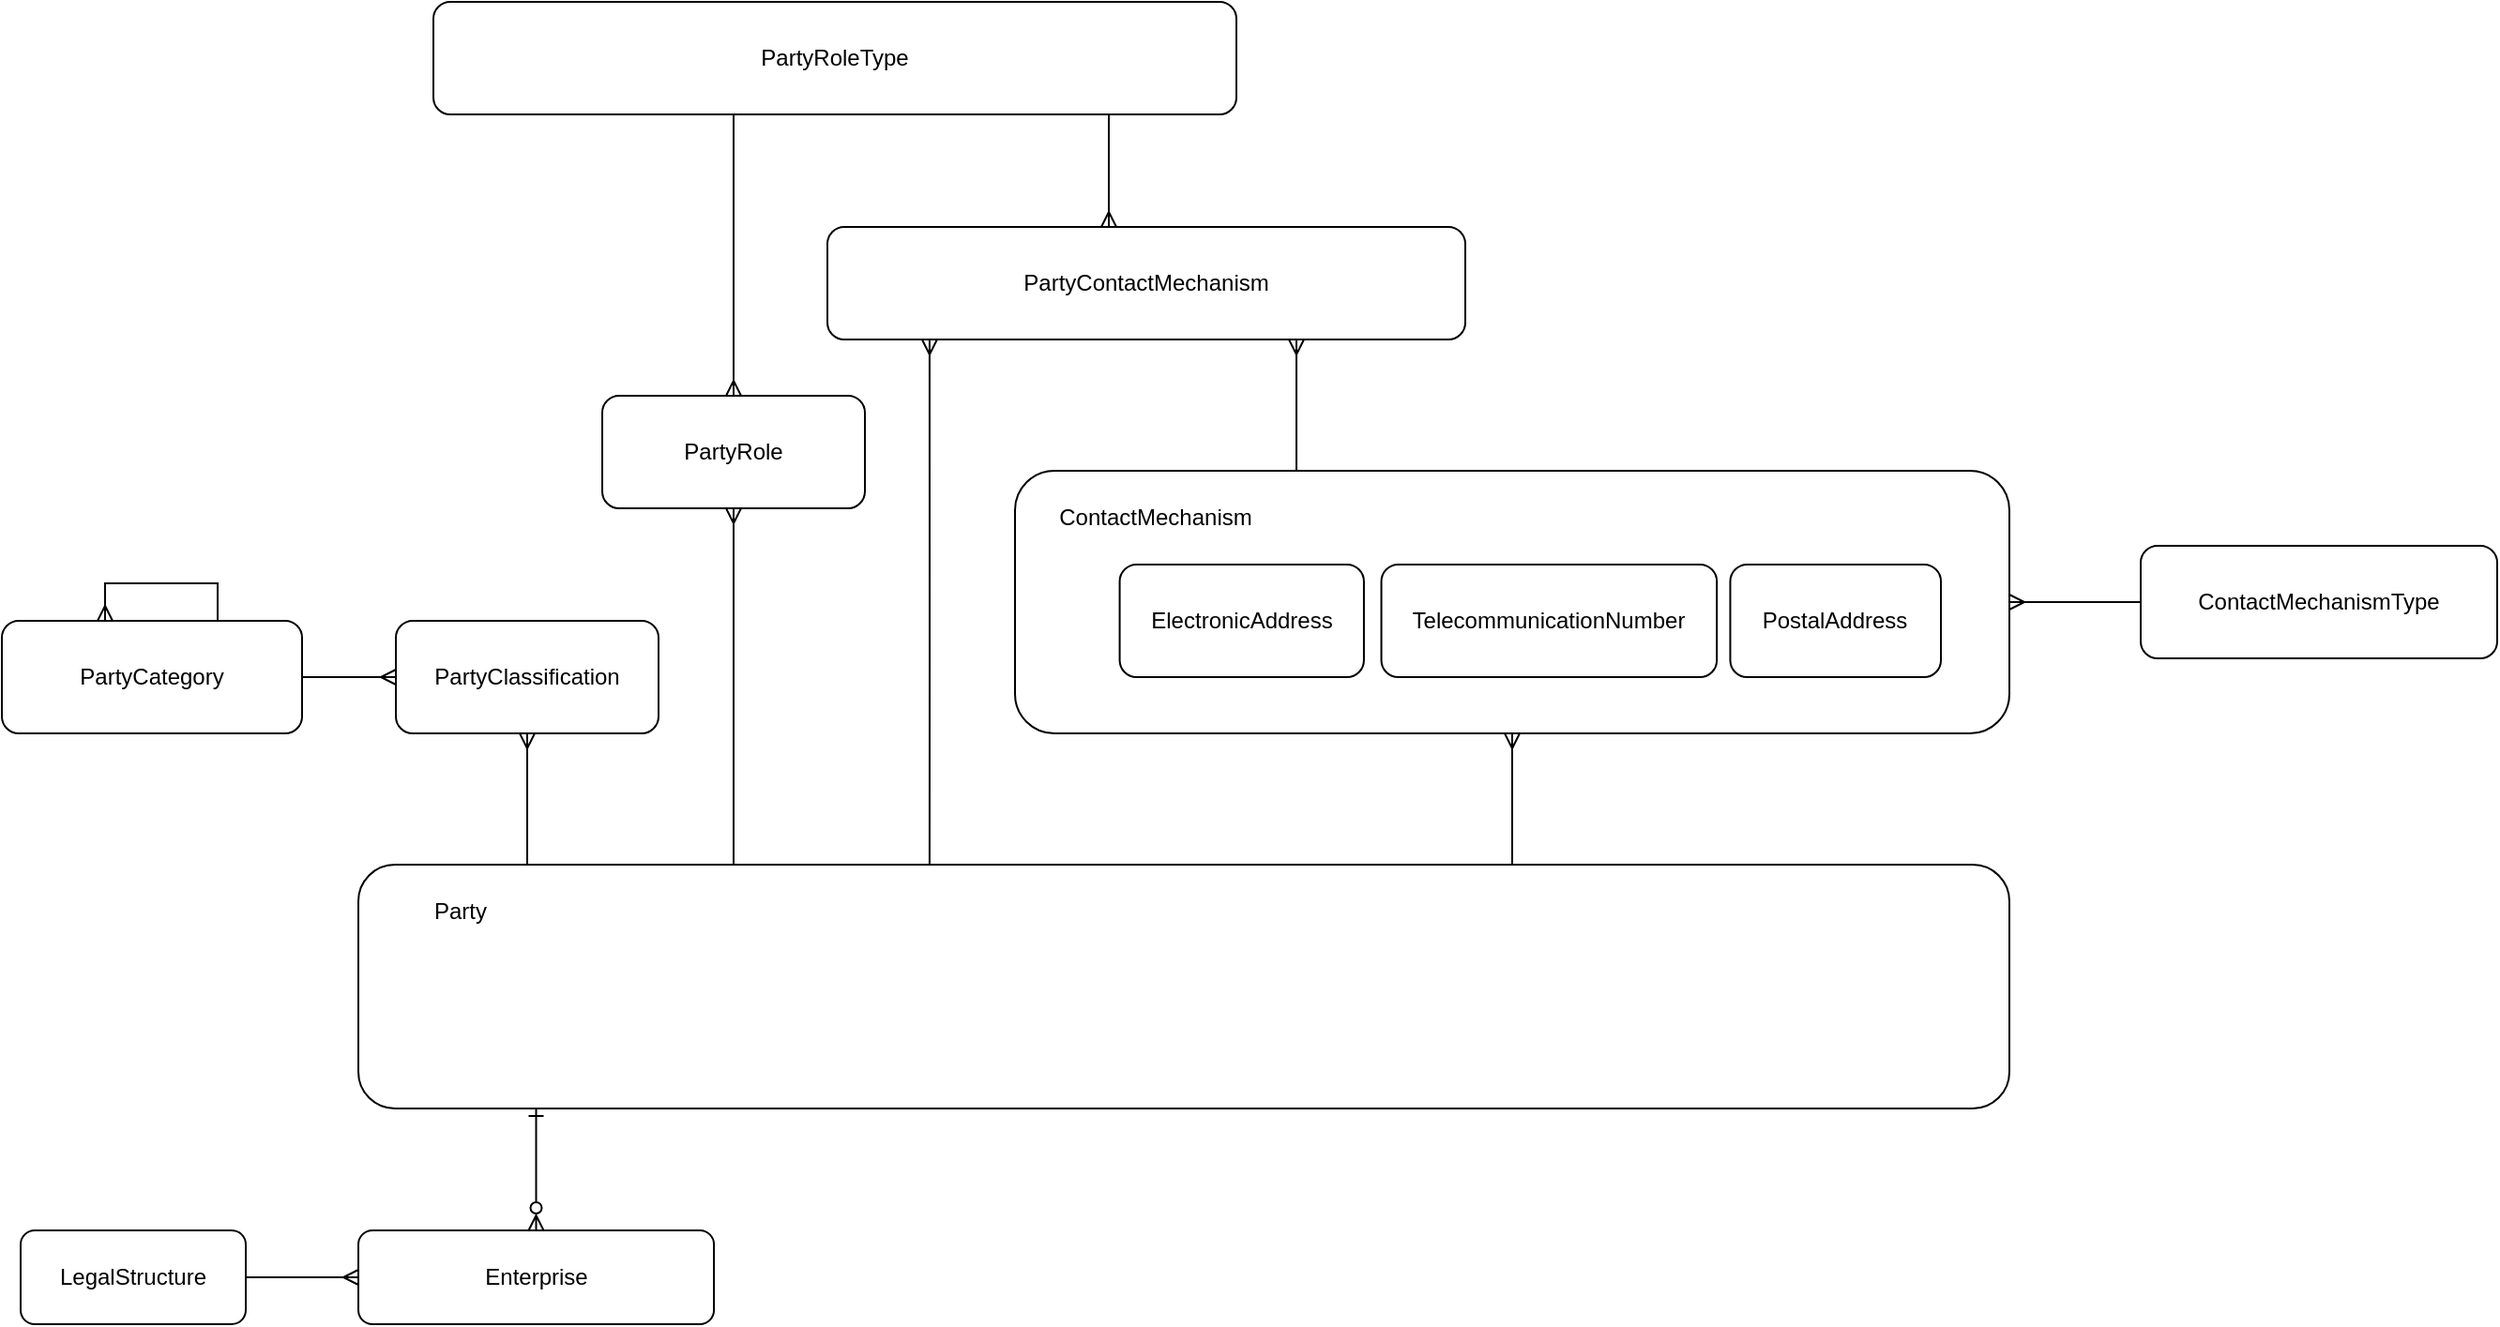
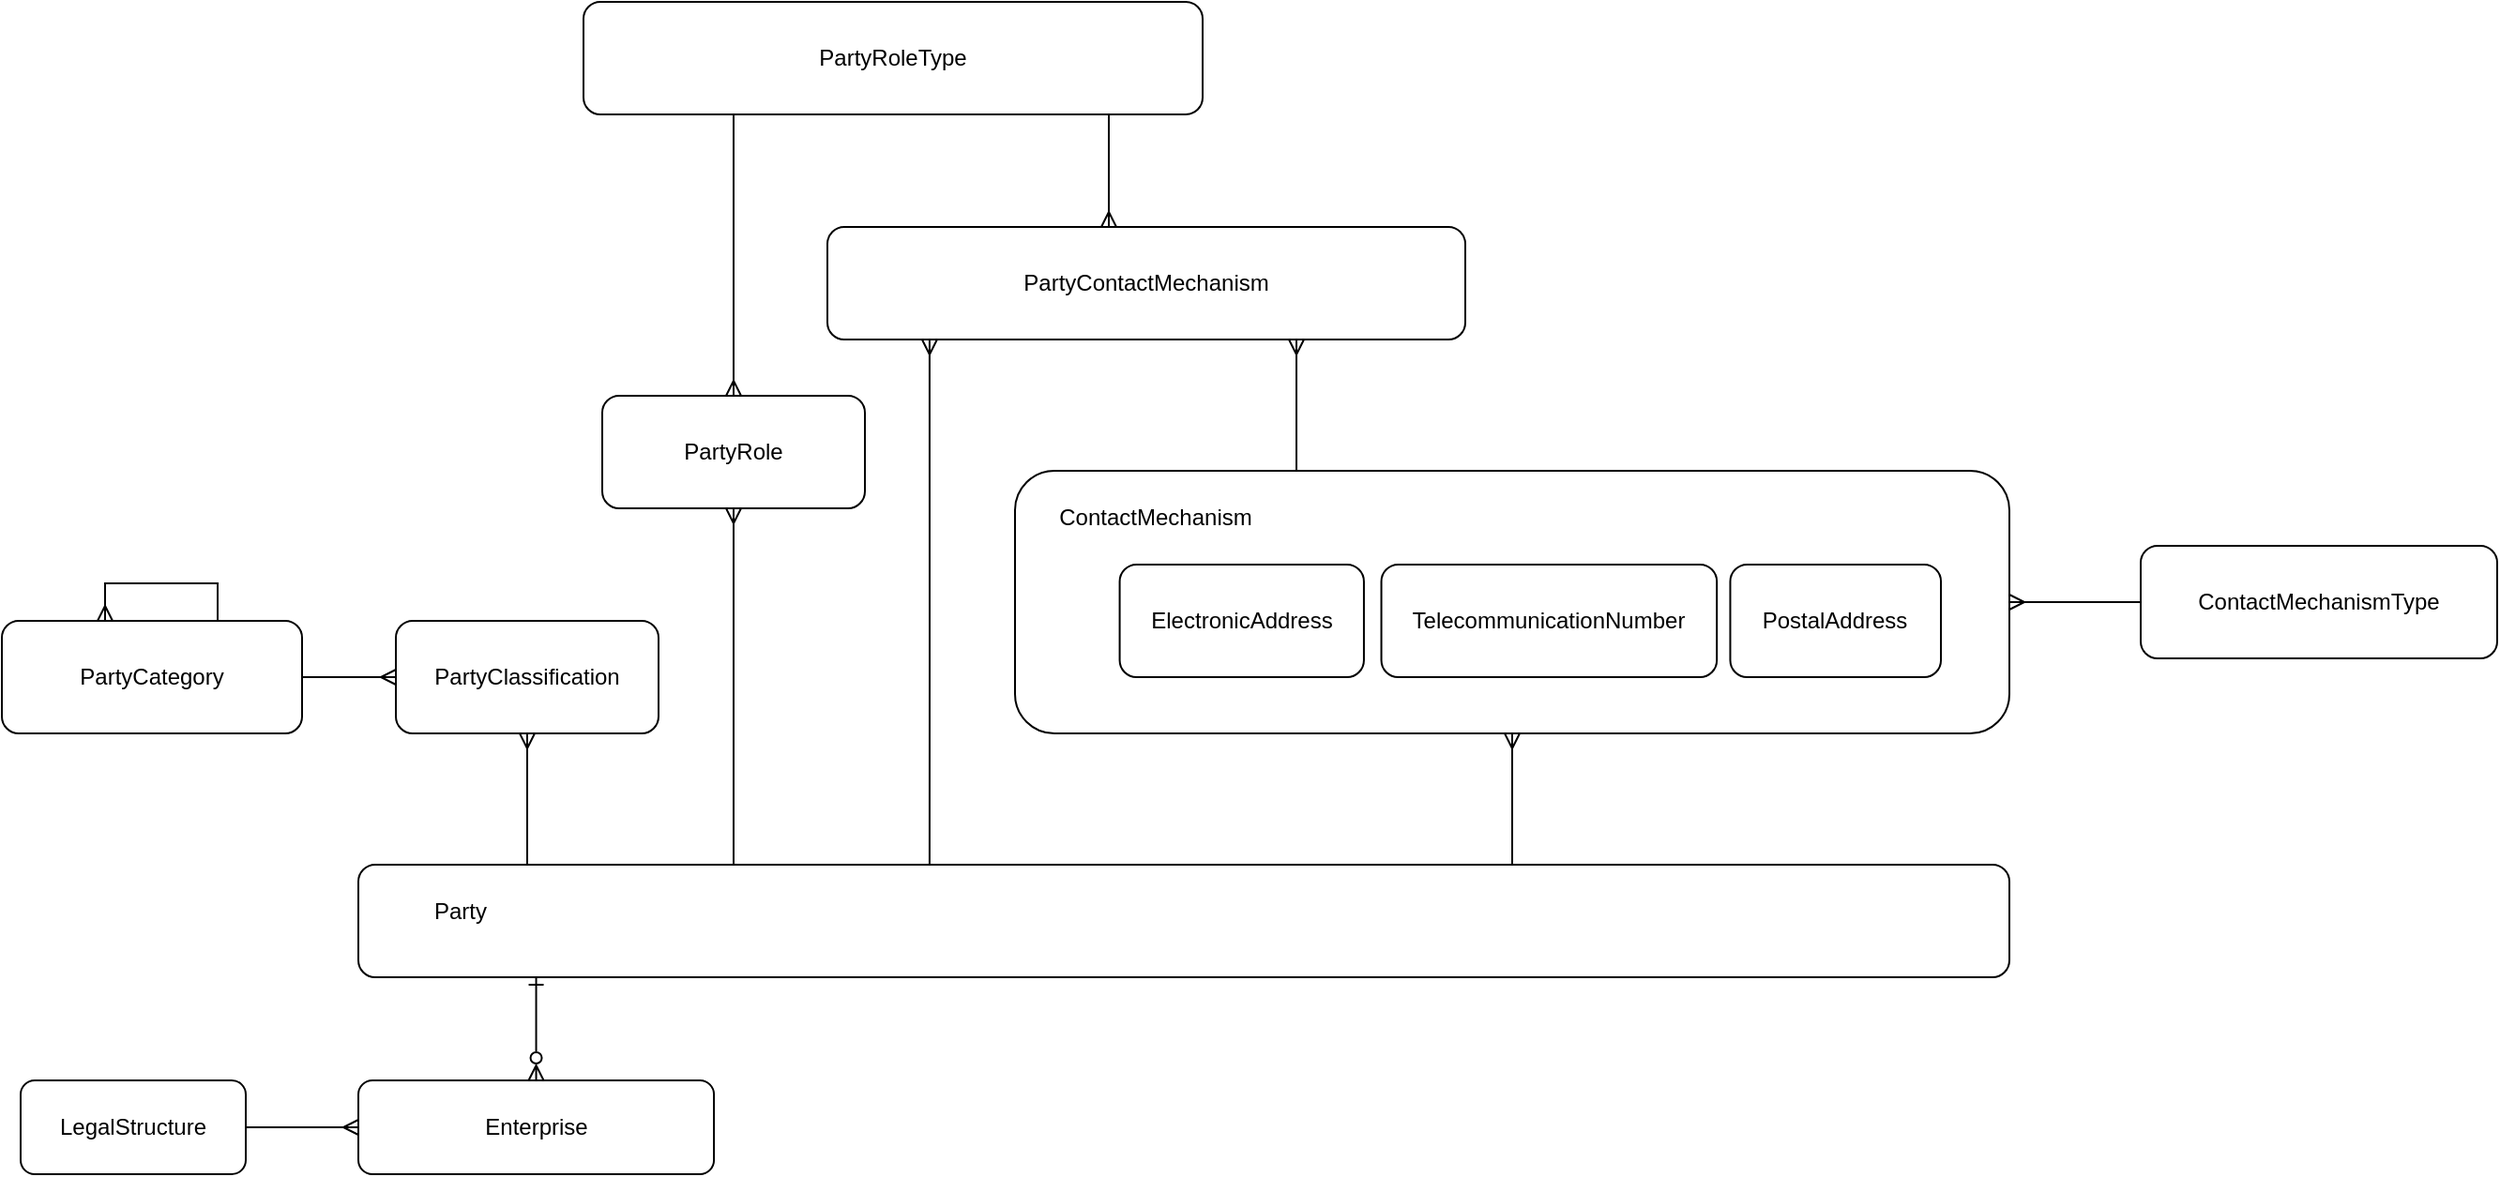
<mxfile host="app.diagrams.net" agent="Mozilla/5.0 (Windows NT 10.0; Win64; x64) AppleWebKit/537.36 (KHTML, like Gecko) Chrome/141.0.0.0 Safari/537.36" version="28.2.9">
  <diagram name="Page-1" id="d0nJ6Fx9cUZLMqGtfM0H">
-     <mxGraphModel dx="1718" dy="1618" grid="1" gridSize="10" guides="1" tooltips="1" connect="1" arrows="1" fold="1" page="1" pageScale="1" pageWidth="850" pageHeight="1100" math="0" shadow="0">
+     <mxGraphModel dx="2076" dy="1832" grid="1" gridSize="10" guides="1" tooltips="1" connect="1" arrows="1" fold="1" page="1" pageScale="1" pageWidth="850" pageHeight="1100" math="0" shadow="0">
      <root>
        <mxCell id="0" />
        <mxCell id="1" parent="0" />
        <mxCell id="tdPrWEJd15tEannaNgth-4" style="edgeStyle=orthogonalEdgeStyle;rounded=0;orthogonalLoop=1;jettySize=auto;html=1;startArrow=ERmany;startFill=0;endArrow=none;endFill=0;" edge="1" parent="1" source="tdPrWEJd15tEannaNgth-2" target="tdPrWEJd15tEannaNgth-3">
          <mxGeometry relative="1" as="geometry" />
        </mxCell>
        <mxCell id="tdPrWEJd15tEannaNgth-3" value="ContactMechanismType" style="rounded=1;whiteSpace=wrap;html=1;" vertex="1" parent="1">
          <mxGeometry x="600" y="240" width="190" height="60" as="geometry" />
        </mxCell>
        <mxCell id="tdPrWEJd15tEannaNgth-13" value="PartyRoleType" style="rounded=1;whiteSpace=wrap;html=1;" vertex="1" parent="1">
-           <mxGeometry x="-310" y="-50" width="428" height="60" as="geometry" />
+           <mxGeometry x="-230" y="-50" width="330" height="60" as="geometry" />
        </mxCell>
        <mxCell id="tdPrWEJd15tEannaNgth-14" style="edgeStyle=orthogonalEdgeStyle;rounded=0;orthogonalLoop=1;jettySize=auto;html=1;startArrow=ERmany;startFill=0;endArrow=none;endFill=0;" edge="1" parent="1" source="tdPrWEJd15tEannaNgth-15" target="tdPrWEJd15tEannaNgth-13">
          <mxGeometry relative="1" as="geometry">
            <mxPoint x="730" y="420" as="sourcePoint" />
            <mxPoint x="730" y="340" as="targetPoint" />
            <Array as="points">
              <mxPoint x="50" y="20" />
              <mxPoint x="50" y="20" />
            </Array>
          </mxGeometry>
        </mxCell>
        <mxCell id="tdPrWEJd15tEannaNgth-15" value="PartyContactMechanism" style="rounded=1;whiteSpace=wrap;html=1;" vertex="1" parent="1">
          <mxGeometry x="-100" y="70" width="340" height="60" as="geometry" />
        </mxCell>
        <mxCell id="tdPrWEJd15tEannaNgth-18" style="edgeStyle=orthogonalEdgeStyle;rounded=0;orthogonalLoop=1;jettySize=auto;html=1;startArrow=ERmany;startFill=0;endArrow=none;endFill=0;" edge="1" parent="1">
          <mxGeometry relative="1" as="geometry">
            <mxPoint x="-45.54117647058829" y="130" as="sourcePoint" />
            <mxPoint x="-45.54117647058829" y="410" as="targetPoint" />
            <Array as="points">
              <mxPoint x="-45.6" y="300" />
              <mxPoint x="-45.6" y="300" />
            </Array>
          </mxGeometry>
        </mxCell>
        <mxCell id="tdPrWEJd15tEannaNgth-19" value="" style="group" vertex="1" connectable="0" parent="1">
          <mxGeometry y="200" width="530" height="140" as="geometry" />
        </mxCell>
        <mxCell id="tdPrWEJd15tEannaNgth-2" value="" style="rounded=1;whiteSpace=wrap;html=1;" vertex="1" parent="tdPrWEJd15tEannaNgth-19">
          <mxGeometry width="530" height="140" as="geometry" />
        </mxCell>
        <mxCell id="tdPrWEJd15tEannaNgth-5" value="ElectronicAddress" style="rounded=1;whiteSpace=wrap;html=1;" vertex="1" parent="tdPrWEJd15tEannaNgth-19">
          <mxGeometry x="55.78947368421052" y="50" width="130.17543859649123" height="60" as="geometry" />
        </mxCell>
        <mxCell id="tdPrWEJd15tEannaNgth-6" value="TelecommunicationNumber" style="rounded=1;whiteSpace=wrap;html=1;" vertex="1" parent="tdPrWEJd15tEannaNgth-19">
          <mxGeometry x="195.26315789473682" y="50" width="178.81456140350878" height="60" as="geometry" />
        </mxCell>
        <mxCell id="tdPrWEJd15tEannaNgth-7" value="ContactMechanism" style="text;html=1;whiteSpace=wrap;strokeColor=none;fillColor=none;align=center;verticalAlign=middle;rounded=0;" vertex="1" parent="tdPrWEJd15tEannaNgth-19">
          <mxGeometry x="27.896882591093107" y="10" width="94.41295546558705" height="30" as="geometry" />
        </mxCell>
        <mxCell id="tdPrWEJd15tEannaNgth-8" value="PostalAddress" style="rounded=1;whiteSpace=wrap;html=1;" vertex="1" parent="tdPrWEJd15tEannaNgth-19">
          <mxGeometry x="381.2280701754386" y="50" width="112.29491228070175" height="60" as="geometry" />
        </mxCell>
        <mxCell id="tdPrWEJd15tEannaNgth-20" style="edgeStyle=orthogonalEdgeStyle;rounded=0;orthogonalLoop=1;jettySize=auto;html=1;startArrow=ERmany;startFill=0;endArrow=none;endFill=0;" edge="1" parent="1" source="tdPrWEJd15tEannaNgth-15" target="tdPrWEJd15tEannaNgth-2">
          <mxGeometry relative="1" as="geometry">
            <mxPoint x="370" y="120" as="sourcePoint" />
            <mxPoint x="370" y="430" as="targetPoint" />
            <Array as="points">
              <mxPoint x="150" y="160" />
              <mxPoint x="150" y="160" />
            </Array>
          </mxGeometry>
        </mxCell>
        <mxCell id="tdPrWEJd15tEannaNgth-21" style="edgeStyle=orthogonalEdgeStyle;rounded=0;orthogonalLoop=1;jettySize=auto;html=1;startArrow=ERmany;startFill=0;endArrow=none;endFill=0;" edge="1" parent="1" source="tdPrWEJd15tEannaNgth-2" target="tdPrWEJd15tEannaNgth-1">
          <mxGeometry relative="1" as="geometry">
            <mxPoint x="240" y="400" as="sourcePoint" />
            <mxPoint x="240" y="470" as="targetPoint" />
            <Array as="points">
              <mxPoint x="305" y="420" />
              <mxPoint x="305" y="420" />
            </Array>
          </mxGeometry>
        </mxCell>
        <mxCell id="tdPrWEJd15tEannaNgth-22" value="LegalStructure" style="rounded=1;whiteSpace=wrap;html=1;" vertex="1" parent="1">
-           <mxGeometry x="-530" y="605" width="120" height="50" as="geometry" />
+           <mxGeometry x="-530" y="525" width="120" height="50" as="geometry" />
        </mxCell>
        <mxCell id="tdPrWEJd15tEannaNgth-27" value="PartyClassification" style="rounded=1;whiteSpace=wrap;html=1;" vertex="1" parent="1">
          <mxGeometry x="-330" y="280" width="140" height="60" as="geometry" />
        </mxCell>
        <mxCell id="tdPrWEJd15tEannaNgth-28" value="PartyCategory" style="rounded=1;whiteSpace=wrap;html=1;" vertex="1" parent="1">
          <mxGeometry x="-540" y="280" width="160" height="60" as="geometry" />
        </mxCell>
        <mxCell id="tdPrWEJd15tEannaNgth-31" style="edgeStyle=orthogonalEdgeStyle;rounded=0;orthogonalLoop=1;jettySize=auto;html=1;startArrow=ERmany;startFill=0;endArrow=none;endFill=0;" edge="1" parent="1" source="tdPrWEJd15tEannaNgth-27" target="tdPrWEJd15tEannaNgth-1">
          <mxGeometry relative="1" as="geometry">
            <mxPoint x="-260" y="180" as="sourcePoint" />
            <mxPoint x="-260" y="250" as="targetPoint" />
            <Array as="points">
              <mxPoint x="-260" y="370" />
              <mxPoint x="-260" y="370" />
            </Array>
          </mxGeometry>
        </mxCell>
        <mxCell id="tdPrWEJd15tEannaNgth-32" style="edgeStyle=orthogonalEdgeStyle;rounded=0;orthogonalLoop=1;jettySize=auto;html=1;startArrow=ERmany;startFill=0;endArrow=none;endFill=0;" edge="1" parent="1" source="tdPrWEJd15tEannaNgth-27" target="tdPrWEJd15tEannaNgth-28">
          <mxGeometry relative="1" as="geometry">
            <mxPoint x="-230" y="200" as="sourcePoint" />
            <mxPoint x="-230" y="270" as="targetPoint" />
            <Array as="points" />
          </mxGeometry>
        </mxCell>
        <mxCell id="tdPrWEJd15tEannaNgth-33" style="edgeStyle=orthogonalEdgeStyle;rounded=0;orthogonalLoop=1;jettySize=auto;html=1;startArrow=ERmany;startFill=0;endArrow=none;endFill=0;" edge="1" parent="1">
          <mxGeometry relative="1" as="geometry">
            <mxPoint x="-485" y="280" as="sourcePoint" />
            <mxPoint x="-425" y="280" as="targetPoint" />
            <Array as="points">
              <mxPoint x="-485" y="260" />
              <mxPoint x="-425" y="260" />
            </Array>
          </mxGeometry>
        </mxCell>
        <mxCell id="tdPrWEJd15tEannaNgth-34" style="edgeStyle=orthogonalEdgeStyle;rounded=0;orthogonalLoop=1;jettySize=auto;html=1;startArrow=ERmany;startFill=0;endArrow=none;endFill=0;" edge="1" parent="1" source="tdPrWEJd15tEannaNgth-17" target="tdPrWEJd15tEannaNgth-22">
          <mxGeometry relative="1" as="geometry">
-             <mxPoint x="10" y="1035" as="sourcePoint" />
-             <mxPoint x="10" y="1105" as="targetPoint" />
+             <mxPoint x="10" y="955" as="sourcePoint" />
+             <mxPoint x="10" y="1025" as="targetPoint" />
            <Array as="points">
-               <mxPoint x="-380" y="630" />
-               <mxPoint x="-380" y="630" />
+               <mxPoint x="-380" y="550" />
+               <mxPoint x="-380" y="550" />
            </Array>
          </mxGeometry>
        </mxCell>
        <mxCell id="tdPrWEJd15tEannaNgth-35" value="PartyRole" style="rounded=1;whiteSpace=wrap;html=1;" vertex="1" parent="1">
          <mxGeometry x="-220" y="160" width="140" height="60" as="geometry" />
        </mxCell>
        <mxCell id="tdPrWEJd15tEannaNgth-37" style="edgeStyle=orthogonalEdgeStyle;rounded=0;orthogonalLoop=1;jettySize=auto;html=1;startArrow=ERmany;startFill=0;endArrow=none;endFill=0;" edge="1" parent="1" source="tdPrWEJd15tEannaNgth-35" target="tdPrWEJd15tEannaNgth-1">
          <mxGeometry relative="1" as="geometry">
            <mxPoint x="-130" y="350" as="sourcePoint" />
            <mxPoint x="-130" y="420" as="targetPoint" />
            <Array as="points">
              <mxPoint x="-150" y="260" />
              <mxPoint x="-150" y="260" />
            </Array>
          </mxGeometry>
        </mxCell>
        <mxCell id="tdPrWEJd15tEannaNgth-38" style="edgeStyle=orthogonalEdgeStyle;rounded=0;orthogonalLoop=1;jettySize=auto;html=1;startArrow=ERmany;startFill=0;endArrow=none;endFill=0;" edge="1" parent="1">
          <mxGeometry relative="1" as="geometry">
            <mxPoint x="-150" y="160" as="sourcePoint" />
            <mxPoint x="-150" y="10" as="targetPoint" />
            <Array as="points">
              <mxPoint x="-150" y="40" />
              <mxPoint x="-150" y="40" />
            </Array>
          </mxGeometry>
        </mxCell>
        <mxCell id="tdPrWEJd15tEannaNgth-1" value="" style="rounded=1;whiteSpace=wrap;html=1;" vertex="1" parent="1">
-           <mxGeometry x="-350" y="410" width="880.0000000000001" height="130" as="geometry" />
+           <mxGeometry x="-350" y="410" width="880" height="60" as="geometry" />
        </mxCell>
        <mxCell id="tdPrWEJd15tEannaNgth-9" value="Party" style="text;html=1;whiteSpace=wrap;strokeColor=none;fillColor=none;align=center;verticalAlign=middle;rounded=0;" vertex="1" parent="1">
          <mxGeometry x="-336.46153846153845" y="420" width="81.23076923076923" height="30" as="geometry" />
        </mxCell>
        <mxCell id="tdPrWEJd15tEannaNgth-39" style="edgeStyle=orthogonalEdgeStyle;rounded=0;orthogonalLoop=1;jettySize=auto;html=1;endArrow=ERone;endFill=0;startArrow=ERzeroToMany;startFill=0;" edge="1" parent="1" source="tdPrWEJd15tEannaNgth-17" target="tdPrWEJd15tEannaNgth-1">
          <mxGeometry relative="1" as="geometry">
            <Array as="points">
              <mxPoint x="-255" y="560" />
              <mxPoint x="-255" y="560" />
            </Array>
          </mxGeometry>
        </mxCell>
        <mxCell id="tdPrWEJd15tEannaNgth-17" value="Enterprise" style="rounded=1;whiteSpace=wrap;html=1;" vertex="1" parent="1">
-           <mxGeometry x="-350.00076923076927" y="605" width="189.53846153846152" height="50" as="geometry" />
+           <mxGeometry x="-350.00076923076927" y="525" width="189.53846153846152" height="50" as="geometry" />
        </mxCell>
      </root>
    </mxGraphModel>
  </diagram>
</mxfile>
